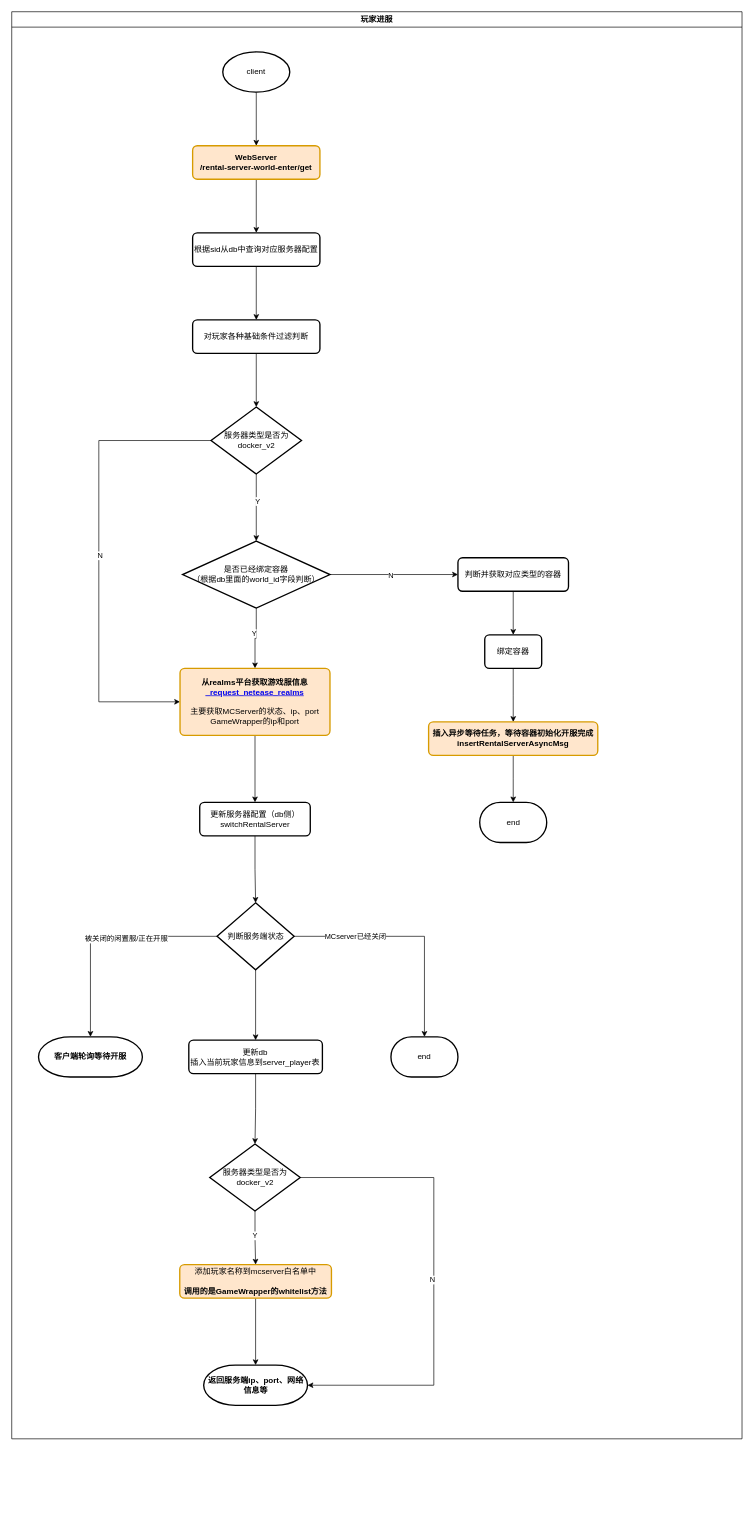
This is page "租赁服相关" (10 of 10) of 网易/MC业务.drawio from Jacob0407/Diagram, a draw.io file, before an edit. Source tidied: cells renumbered, new cells numbered last; positions are measured from the earlier drawing's top-left corner, leaving out a move shared by most shapes. Both pictures are drawn from the tidied source at 67%, with x=0, y=0 at pixel (11, 11).
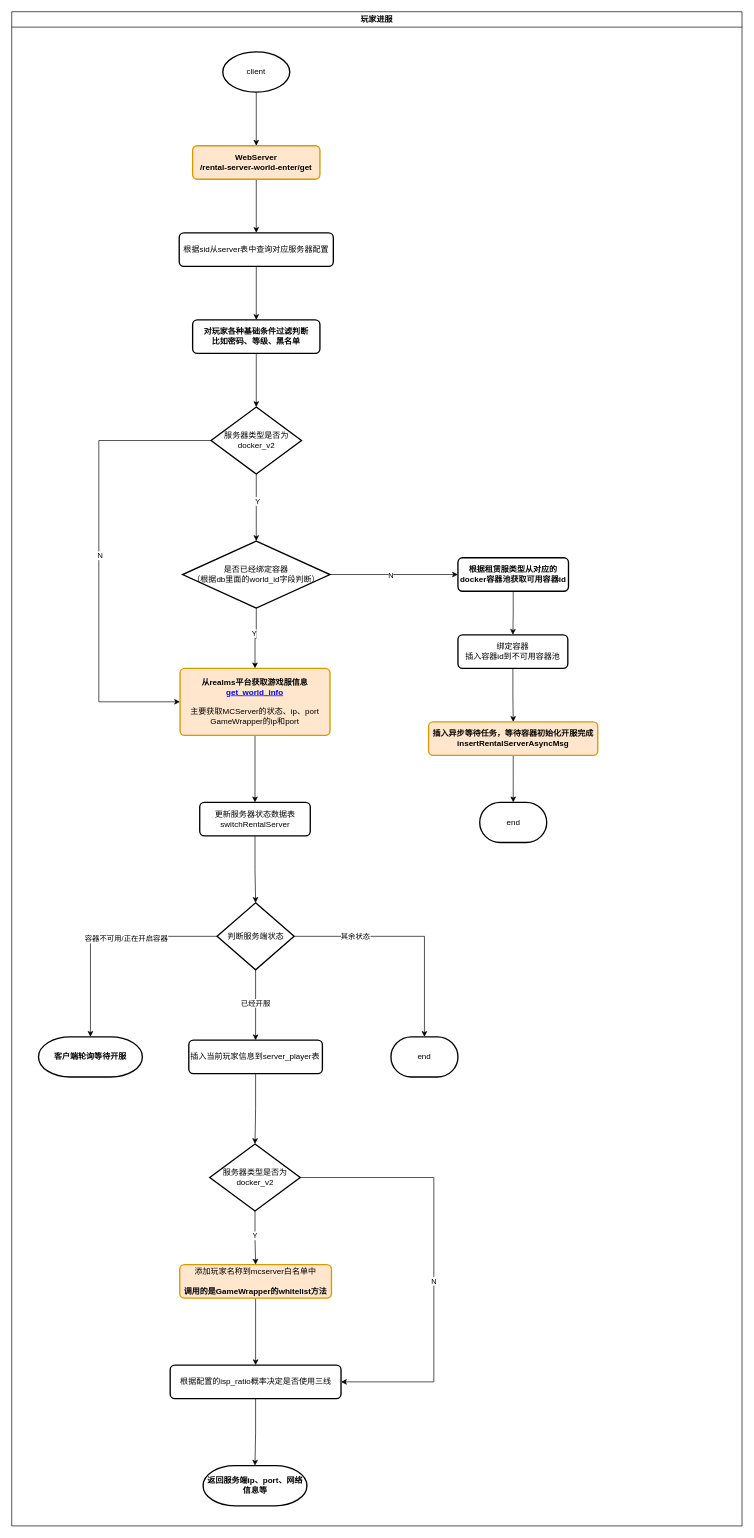
Above is the later version.

The change refers to these unchanged cells:
```xml
<mxCell id="32" style="edgeStyle=orthogonalEdgeStyle;rounded=0;jettySize=auto;html=1;" parent="2" edge="1" source="33" target="41">
  <mxGeometry relative="1" as="geometry" />
</mxCell>
<mxCell id="35" style="edgeStyle=orthogonalEdgeStyle;rounded=0;jettySize=auto;html=1;entryX=0.5;entryY=0;entryDx=0;entryDy=0;entryPerimeter=0;" parent="2" edge="1" source="33" target="34">
  <mxGeometry relative="1" as="geometry" />
</mxCell>
<mxCell id="38" style="edgeStyle=orthogonalEdgeStyle;rounded=0;jettySize=auto;html=1;entryX=0.5;entryY=0;entryDx=0;entryDy=0;entryPerimeter=0;" parent="2" edge="1" source="33" target="37">
  <mxGeometry relative="1" as="geometry" />
</mxCell>
<mxCell id="44" value="服务器类型是否为docker_v2" style="strokeWidth=2;html=1;shape=mxgraph.flowchart.decision;whiteSpace=wrap;" parent="2" vertex="1">
  <mxGeometry x="295.6" y="1690" width="135" height="100" as="geometry" />
</mxCell>
<mxCell id="46" value="添加玩家名称到mcserver白名单中&lt;br&gt;&lt;br&gt;&lt;b&gt;调用的是GameWrapper的whitelist方法&lt;/b&gt;" style="rounded=1;whiteSpace=wrap;html=1;absoluteArcSize=1;arcSize=14;strokeWidth=2;fillColor=#ffe6cc;strokeColor=#d79b00;" parent="2" vertex="1">
  <mxGeometry x="250.8" y="1870" width="226.4" height="50" as="geometry" />
</mxCell>
```

Change to the diagram source:
```diff
@@
     <mxCell id="2" value="玩家进服" style="swimlane;whiteSpace=wrap;html=1;" parent="1" vertex="1">
-      <mxGeometry width="1090" height="2130" as="geometry" />
+      <mxGeometry width="1090" height="2260" as="geometry" />
     </mxCell>
@@
-    <mxCell id="8" value="根据sid从db中查询对应服务器配置" style="rounded=1;whiteSpace=wrap;html=1;absoluteArcSize=1;arcSize=14;strokeWidth=2;fontStyle=0;" parent="2" vertex="1">
-      <mxGeometry x="270" y="330" width="190" height="50" as="geometry" />
+    <mxCell id="8" value="根据sid从server表中查询对应服务器配置" style="rounded=1;whiteSpace=wrap;html=1;absoluteArcSize=1;arcSize=14;strokeWidth=2;fontStyle=0;" parent="2" vertex="1">
+      <mxGeometry x="250" y="330" width="230" height="50" as="geometry" />
     </mxCell>
@@
-    <mxCell id="10" value="对玩家各种基础条件过滤判断" style="rounded=1;whiteSpace=wrap;html=1;absoluteArcSize=1;arcSize=14;strokeWidth=2;fontStyle=0;" parent="2" vertex="1">
+    <mxCell id="10" value="对玩家各种基础条件过滤判断&lt;br&gt;比如密码、等级、黑名单" style="rounded=1;whiteSpace=wrap;html=1;absoluteArcSize=1;arcSize=14;strokeWidth=2;fontStyle=1;" parent="2" vertex="1">
       <mxGeometry x="270" y="460" width="190" height="50" as="geometry" />
     </mxCell>
@@
-    <mxCell id="17" value="判断并获取对应类型的容器" style="rounded=1;whiteSpace=wrap;html=1;absoluteArcSize=1;arcSize=14;strokeWidth=2;" parent="2" vertex="1">
+    <mxCell id="17" value="根据租赁服类型从对应的docker容器池获取可用容器id" style="rounded=1;whiteSpace=wrap;html=1;absoluteArcSize=1;arcSize=14;strokeWidth=2;fontStyle=1;" parent="2" vertex="1">
       <mxGeometry x="666" y="815" width="165" height="50" as="geometry" />
     </mxCell>
@@
-    <mxCell id="19" value="绑定容器" style="rounded=1;whiteSpace=wrap;html=1;absoluteArcSize=1;arcSize=14;strokeWidth=2;" parent="2" vertex="1">
-      <mxGeometry x="706" y="930" width="85" height="50" as="geometry" />
+    <mxCell id="19" value="绑定容器&lt;br&gt;插入容器id到不可用容器池" style="rounded=1;whiteSpace=wrap;html=1;absoluteArcSize=1;arcSize=14;strokeWidth=2;" parent="2" vertex="1">
+      <mxGeometry x="666" y="930" width="164" height="50" as="geometry" />
     </mxCell>
@@
-    <mxCell id="29" value="从realms平台获取游戏服信息&lt;br&gt;&lt;a href=&quot;https://mcrealms.entrance.nie.netease.com/platform/docs/817&quot;&gt;_request_netease_realms&lt;/a&gt;&lt;br&gt;&lt;br&gt;&lt;span style=&quot;font-weight: normal;&quot;&gt;主要获取MCServer的状态、ip、port&lt;br&gt;GameWrapper的ip和port&lt;/span&gt;" style="rounded=1;whiteSpace=wrap;html=1;absoluteArcSize=1;arcSize=14;strokeWidth=2;fontStyle=1;fillColor=#ffe6cc;strokeColor=#d79b00;" parent="2" vertex="1">
+    <mxCell id="29" value="从realms平台获取游戏服信息&lt;br&gt;&lt;a href=&quot;https://mcrealms.entrance.nie.netease.com/platform/docs/817&quot;&gt;get_world_info&lt;/a&gt;&lt;br&gt;&lt;br&gt;&lt;span style=&quot;font-weight: normal;&quot;&gt;主要获取MCServer的状态、ip、port&lt;br&gt;GameWrapper的ip和port&lt;/span&gt;" style="rounded=1;whiteSpace=wrap;html=1;absoluteArcSize=1;arcSize=14;strokeWidth=2;fontStyle=1;fillColor=#ffe6cc;strokeColor=#d79b00;" parent="2" vertex="1">
       <mxGeometry x="251.2" y="980" width="223.8" height="100" as="geometry" />
     </mxCell>
@@
-    <mxCell id="31" value="更新服务器配置（db侧）&lt;br&gt;switchRentalServer" style="rounded=1;whiteSpace=wrap;html=1;absoluteArcSize=1;arcSize=14;strokeWidth=2;" parent="2" vertex="1">
+    <mxCell id="31" value="更新服务器状态数据表&lt;br&gt;switchRentalServer" style="rounded=1;whiteSpace=wrap;html=1;absoluteArcSize=1;arcSize=14;strokeWidth=2;" parent="2" vertex="1">
       <mxGeometry x="280.6" y="1180" width="165" height="50" as="geometry" />
     </mxCell>
@@
+    <mxCell id="50" value="已经开服" style="edgeLabel;html=1;align=center;verticalAlign=middle;" parent="32" vertex="1">
+      <mxGeometry x="-0.07" y="-1" relative="1" as="geometry" />
+    </mxCell>
@@
-    <mxCell id="36" value="被关闭的闲置服/正在开服" style="edgeLabel;html=1;align=center;verticalAlign=middle;" parent="35" vertex="1">
+    <mxCell id="36" value="容器不可用/正在开启容器" style="edgeLabel;html=1;align=center;verticalAlign=middle;" parent="35" vertex="1">
       <mxGeometry x="-0.2" y="3" relative="1" as="geometry" />
     </mxCell>
@@
-    <mxCell id="39" value="MCserver已经关闭" style="edgeLabel;html=1;align=center;verticalAlign=middle;" parent="38" vertex="1">
+    <mxCell id="39" value="其余状态" style="edgeLabel;html=1;align=center;verticalAlign=middle;" parent="38" vertex="1">
       <mxGeometry x="-0.47" relative="1" as="geometry" />
     </mxCell>
@@
-    <mxCell id="41" value="更新db&lt;br&gt;插入当前玩家信息到server_player表" style="rounded=1;whiteSpace=wrap;html=1;absoluteArcSize=1;arcSize=14;strokeWidth=2;" parent="2" vertex="1">
+    <mxCell id="41" value="插入当前玩家信息到server_player表" style="rounded=1;whiteSpace=wrap;html=1;absoluteArcSize=1;arcSize=14;strokeWidth=2;" parent="2" vertex="1">
       <mxGeometry x="264.3" y="1535" width="199.4" height="50" as="geometry" />
     </mxCell>
@@
+    <mxCell id="51" style="edgeStyle=orthogonalEdgeStyle;rounded=0;jettySize=auto;html=1;entryX=1;entryY=0.5;entryDx=0;entryDy=0;" parent="2" edge="1" source="44" target="54">
+      <mxGeometry relative="1" as="geometry">
+        <Array as="points">
+          <mxPoint x="630" y="1740" />
+          <mxPoint x="630" y="2045" />
+        </Array>
+      </mxGeometry>
+    </mxCell>
+    <mxCell id="49" value="N" style="edgeLabel;html=1;align=center;verticalAlign=middle;" parent="51" vertex="1">
+      <mxGeometry x="0.1" y="-1" relative="1" as="geometry" />
+    </mxCell>
@@
-    <mxCell id="45" style="edgeStyle=orthogonalEdgeStyle;rounded=0;jettySize=auto;html=1;" parent="2" edge="1" source="46" target="47">
-      <mxGeometry relative="1" as="geometry" />
-    </mxCell>
+    <mxCell id="52" style="edgeStyle=orthogonalEdgeStyle;rounded=0;jettySize=auto;html=1;" parent="2" edge="1" source="46" target="54">
+      <mxGeometry relative="1" as="geometry" />
+    </mxCell>
@@
     <mxCell id="47" value="返回服务端ip、port、网络信息等" style="strokeWidth=2;html=1;shape=mxgraph.flowchart.terminator;whiteSpace=wrap;fontStyle=1;" parent="2" vertex="1">
-      <mxGeometry x="286.5" y="2020" width="155" height="60" as="geometry" />
+      <mxGeometry x="285.6" y="2170" width="155" height="60" as="geometry" />
     </mxCell>
-    <mxCell id="48" style="edgeStyle=orthogonalEdgeStyle;rounded=0;jettySize=auto;html=1;entryX=1;entryY=0.5;entryDx=0;entryDy=0;entryPerimeter=0;" parent="2" edge="1" source="44" target="47">
-      <mxGeometry relative="1" as="geometry">
-        <Array as="points">
-          <mxPoint x="630" y="1740" />
-          <mxPoint x="630" y="2050" />
-        </Array>
-      </mxGeometry>
-    </mxCell>
-    <mxCell id="49" value="N" style="edgeLabel;html=1;align=center;verticalAlign=middle;" parent="48" vertex="1">
-      <mxGeometry x="0.01" y="-3" relative="1" as="geometry" />
-    </mxCell>
+    <mxCell id="53" style="edgeStyle=orthogonalEdgeStyle;rounded=0;jettySize=auto;html=1;" parent="2" edge="1" source="54" target="47">
+      <mxGeometry relative="1" as="geometry" />
+    </mxCell>
+    <mxCell id="54" value="根据配置的isp_ratio概率决定是否使用三线" style="rounded=1;whiteSpace=wrap;html=1;absoluteArcSize=1;arcSize=14;strokeWidth=2;" parent="2" vertex="1">
+      <mxGeometry x="236.5" y="2020" width="255" height="50" as="geometry" />
+    </mxCell>
```
